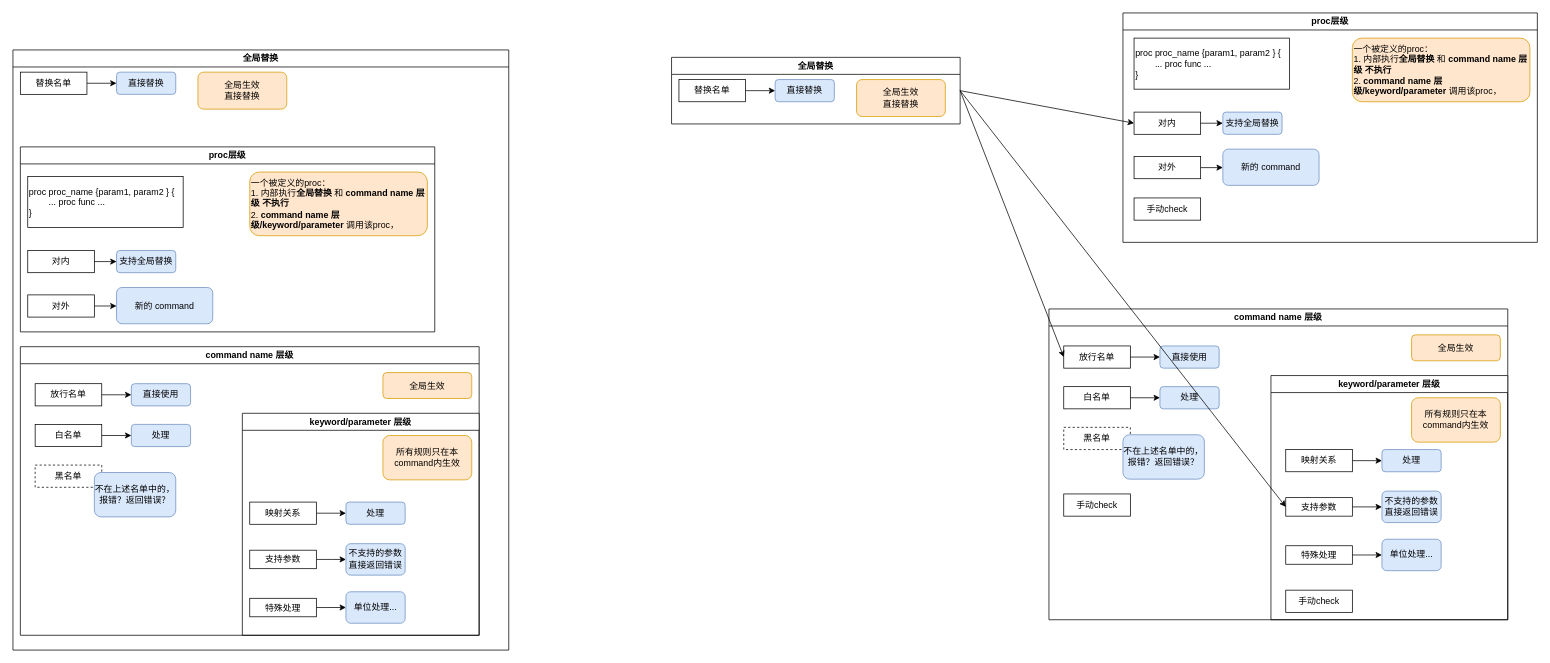
Above: convert_gt_tcl.drawio in FicmillaR/drawio (draw.io), before the change. Source tidied: cells renumbered, new cells numbered last; positions are measured from the earlier drawing's top-left corner, leaving out a move shared by most shapes. Both pictures are drawn from the tidied source at 74%, with x=0, y=0 at pixel (13, 13).
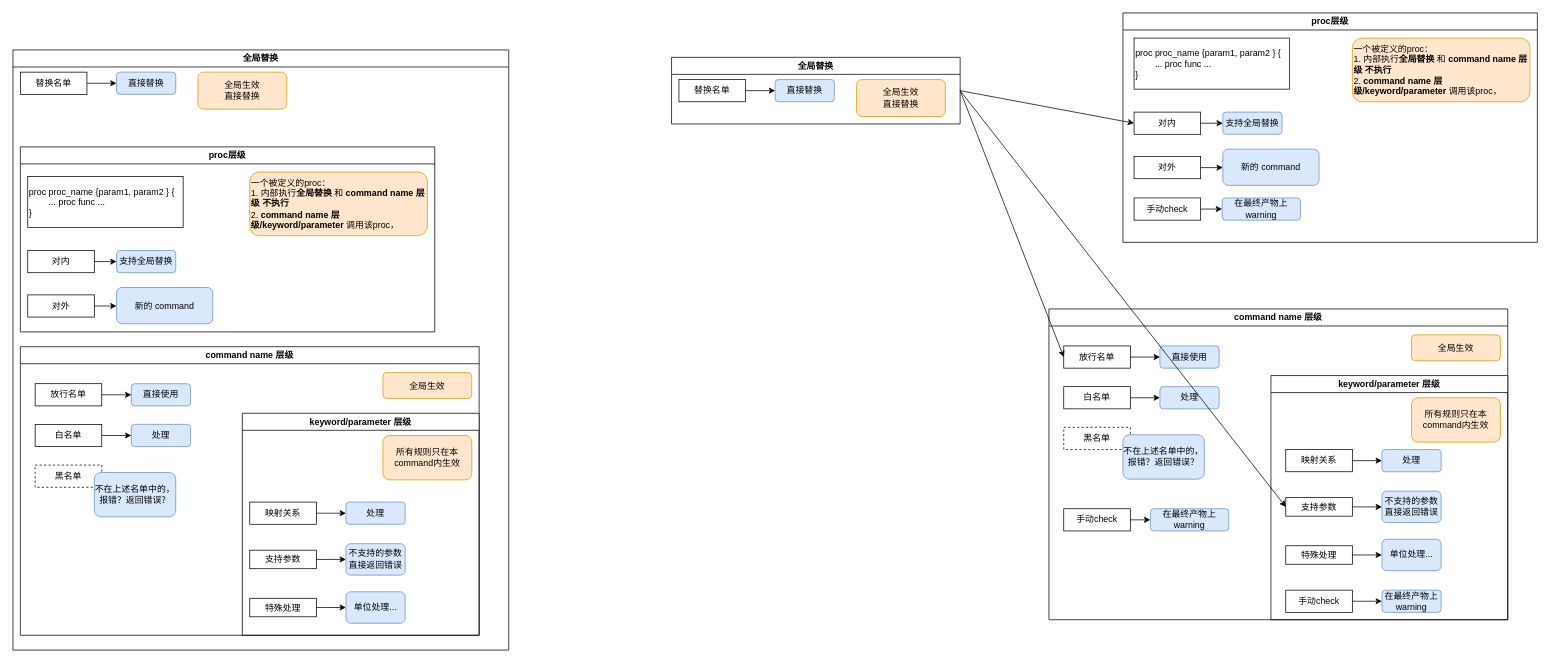
Above is the later version.

Unchanged cells that the change refers to:
```xml
<mxCell id="38" value="command name 层级" style="swimlane;whiteSpace=wrap;html=1;" parent="1" vertex="1">
  <mxGeometry x="1400" y="400" width="620" height="420" as="geometry" />
</mxCell>
<mxCell id="43" value="keyword/parameter 层级" style="swimlane;whiteSpace=wrap;html=1;" parent="38" vertex="1">
  <mxGeometry x="300" y="90" width="320" height="330" as="geometry" />
</mxCell>
<mxCell id="54" value="手动check" style="rounded=0;whiteSpace=wrap;html=1;" parent="43" vertex="1">
  <mxGeometry x="20" y="290" width="90" height="30" as="geometry" />
</mxCell>
<mxCell id="71" value="proc层级" style="swimlane;whiteSpace=wrap;html=1;" parent="1" vertex="1">
  <mxGeometry x="1500" width="560" height="310" as="geometry" />
</mxCell>
<mxCell id="80" value="手动check" style="rounded=0;whiteSpace=wrap;html=1;" parent="71" vertex="1">
  <mxGeometry x="15" y="250" width="90" height="30" as="geometry" />
</mxCell>
```

Diff of the diagram source:
```diff
@@
+    <mxCell id="81" style="edgeStyle=orthogonalEdgeStyle;rounded=0;jettySize=auto;html=1;entryX=0;entryY=0.5;entryDx=0;entryDy=0;" parent="43" edge="1" source="54" target="82">
+      <mxGeometry relative="1" as="geometry" />
+    </mxCell>
@@
+    <mxCell id="82" value="在最终产物上warning" style="rounded=1;whiteSpace=wrap;html=1;fillColor=#dae8fc;strokeColor=#6c8ebf;" parent="43" vertex="1">
+      <mxGeometry x="150" y="290" width="80" height="30" as="geometry" />
+    </mxCell>
@@
+    <mxCell id="83" style="edgeStyle=orthogonalEdgeStyle;rounded=0;jettySize=auto;html=1;exitX=1;exitY=0.5;exitDx=0;exitDy=0;entryX=0;entryY=0.5;entryDx=0;entryDy=0;" parent="38" edge="1" source="61" target="84">
+      <mxGeometry relative="1" as="geometry" />
+    </mxCell>
     <mxCell id="61" value="手动check" style="rounded=0;whiteSpace=wrap;html=1;" parent="38" vertex="1">
-      <mxGeometry x="20" y="250" width="90" height="30" as="geometry" />
+      <mxGeometry x="20" y="270" width="90" height="30" as="geometry" />
     </mxCell>
+    <mxCell id="84" value="在最终产物上warning" style="rounded=1;whiteSpace=wrap;html=1;fillColor=#dae8fc;strokeColor=#6c8ebf;" parent="38" vertex="1">
+      <mxGeometry x="137" y="270" width="106" height="30" as="geometry" />
+    </mxCell>
@@
+    <mxCell id="85" style="edgeStyle=orthogonalEdgeStyle;rounded=0;jettySize=auto;html=1;exitX=1;exitY=0.5;exitDx=0;exitDy=0;entryX=0;entryY=0.5;entryDx=0;entryDy=0;" parent="71" edge="1" source="80" target="86">
+      <mxGeometry relative="1" as="geometry" />
+    </mxCell>
@@
+    <mxCell id="86" value="在最终产物上warning" style="rounded=1;whiteSpace=wrap;html=1;fillColor=#dae8fc;strokeColor=#6c8ebf;" parent="71" vertex="1">
+      <mxGeometry x="134" y="250" width="106" height="30" as="geometry" />
+    </mxCell>
```
